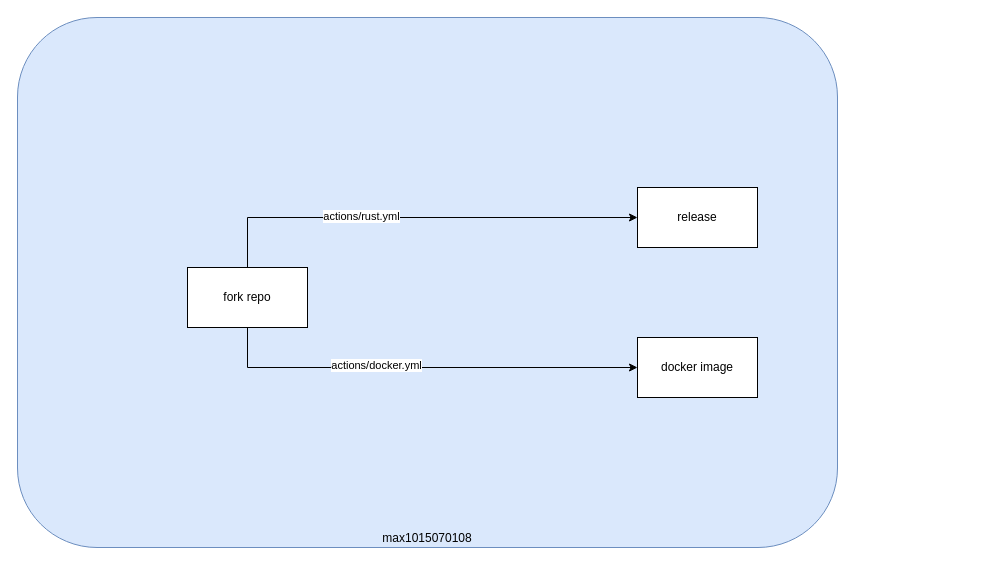
The draw.io diagram page "github-work-flow" (5 of 5) of Untitled Diagram.drawio in woshidama323/DATAREPO, before the edit. Source tidied: cells renumbered, new cells numbered last; positions are measured from the earlier drawing's top-left corner, leaving out a move shared by most shapes. Both pictures are drawn from the tidied source at 100%, with x=0, y=0 at pixel (17, 17).
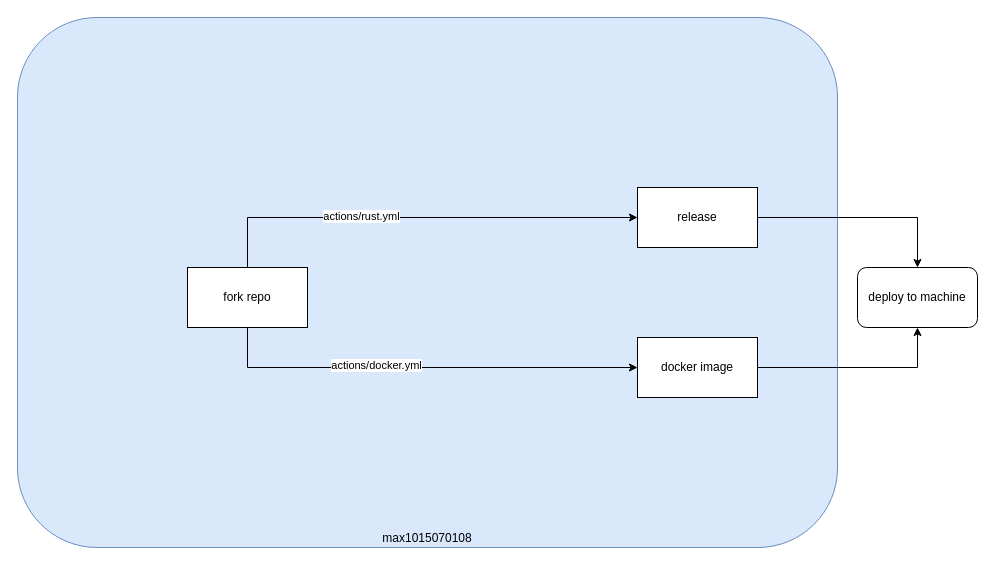
The same page after the edit.

The edit, as a diff of the source:
```diff
@@
 <mxGraphModel>
   <root>
     <mxCell id="0" />
     <mxCell id="1" parent="0" />
     <mxCell id="2" value="max1015070108" style="rounded=1;whiteSpace=wrap;html=1;fillColor=#dae8fc;strokeColor=#6c8ebf;verticalAlign=bottom;" parent="1" vertex="1">
       <mxGeometry width="820" height="530" as="geometry" />
     </mxCell>
     <mxCell id="3" style="edgeStyle=orthogonalEdgeStyle;rounded=0;jettySize=auto;html=1;exitX=0.5;exitY=0;exitDx=0;exitDy=0;" parent="1" edge="1" source="7">
       <mxGeometry relative="1" as="geometry">
         <mxPoint x="620" y="200" as="targetPoint" />
         <Array as="points">
           <mxPoint x="230" y="200" />
         </Array>
       </mxGeometry>
     </mxCell>
     <mxCell id="4" value="actions/rust.yml" style="edgeLabel;html=1;align=center;verticalAlign=middle;" parent="3" vertex="1">
       <mxGeometry x="-0.26" y="2" relative="1" as="geometry" />
     </mxCell>
     <mxCell id="5" style="edgeStyle=orthogonalEdgeStyle;rounded=0;jettySize=auto;html=1;entryX=0;entryY=0.5;entryDx=0;entryDy=0;" parent="1" edge="1" source="7" target="9">
       <mxGeometry relative="1" as="geometry">
         <Array as="points">
           <mxPoint x="230" y="350" />
         </Array>
       </mxGeometry>
     </mxCell>
     <mxCell id="6" value="actions/docker.yml" style="edgeLabel;html=1;align=center;verticalAlign=middle;" parent="5" vertex="1">
       <mxGeometry x="-0.22" y="3" relative="1" as="geometry" />
     </mxCell>
     <mxCell id="7" value="fork repo" style="whiteSpace=wrap;html=1;" parent="1" vertex="1">
       <mxGeometry x="170" y="250" width="120" height="60" as="geometry" />
     </mxCell>
+    <mxCell id="10" style="edgeStyle=orthogonalEdgeStyle;rounded=0;jettySize=auto;html=1;entryX=0.5;entryY=0;entryDx=0;entryDy=0;" parent="1" edge="1" source="8" target="12">
+      <mxGeometry relative="1" as="geometry" />
+    </mxCell>
     <mxCell id="8" value="release" style="whiteSpace=wrap;html=1;" parent="1" vertex="1">
       <mxGeometry x="620" y="170" width="120" height="60" as="geometry" />
     </mxCell>
+    <mxCell id="11" style="edgeStyle=orthogonalEdgeStyle;rounded=0;jettySize=auto;html=1;entryX=0.5;entryY=1;entryDx=0;entryDy=0;" parent="1" edge="1" source="9" target="12">
+      <mxGeometry relative="1" as="geometry" />
+    </mxCell>
     <mxCell id="9" value="docker image" style="whiteSpace=wrap;html=1;" parent="1" vertex="1">
       <mxGeometry x="620" y="320" width="120" height="60" as="geometry" />
     </mxCell>
+    <mxCell id="12" value="deploy to machine" style="rounded=1;whiteSpace=wrap;html=1;" parent="1" vertex="1">
+      <mxGeometry x="840" y="250" width="120" height="60" as="geometry" />
+    </mxCell>
   </root>
 </mxGraphModel>
```
